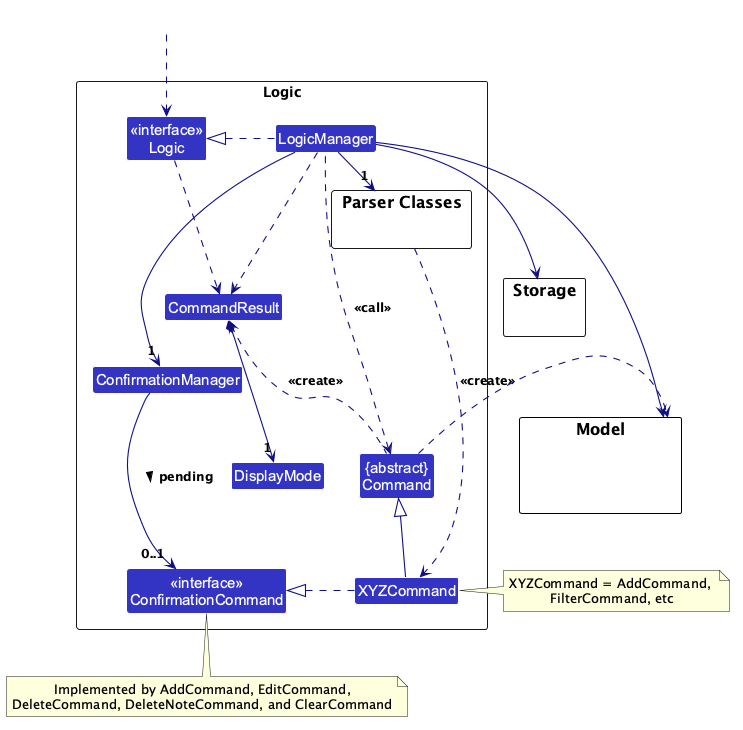
Earlier version of the PlantUML export docs/images/LogicClassDiagram.png (ethanlaiii/tp).
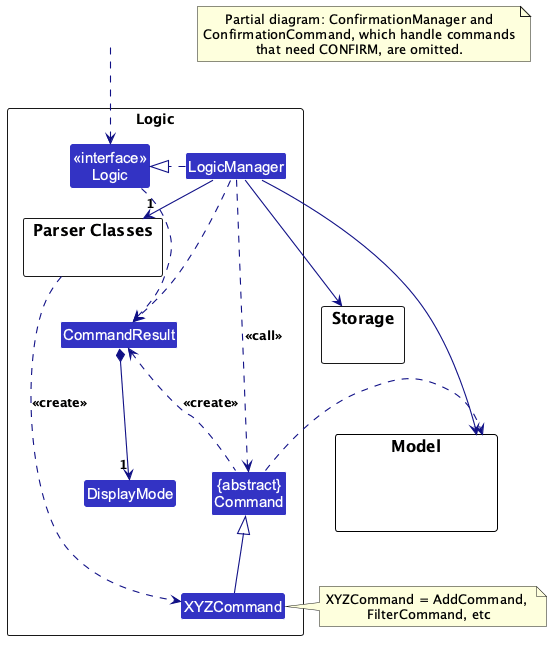
The same file after the commit.

Commit message:
Note omitted confirmation classes in Logic class diagram

Change to the diagram source:
```diff
@@ -16,8 +16,6 @@
 
 Class "<<interface>>\nLogic" as Logic
 Class LogicManager
-Class ConfirmationManager
-Class "<<interface>>\nConfirmationCommand" as ConfirmationCommand
 }
 
 package Model {
@@ -42,15 +40,16 @@
 Storage --[hidden] Model
 Command .[hidden]up.> Storage
 Command .right.> Model
-note left of XYZCommand: XYZCommand = AddCommand, \nFilterCommand, etc
-
-LogicManager -down->"1" ConfirmationManager
-ConfirmationManager -->"0..1" ConfirmationCommand : pending >
-XYZCommand .right.|> ConfirmationCommand
-note bottom of ConfirmationCommand: Implemented by AddCommand, EditCommand,\nDeleteCommand, DeleteNoteCommand, and ClearCommand
+note right of XYZCommand: XYZCommand = AddCommand, \nFilterCommand, etc
 
 Logic ..> CommandResult
 LogicManager .down.> CommandResult
 Command .up.> CommandResult : <<create>>
 CommandResult *--> "1" DisplayMode
+
+note as N1
+Partial diagram: ConfirmationManager and
+ConfirmationCommand, which handle commands
+that need CONFIRM, are omitted.
+end note
 @enduml
```
